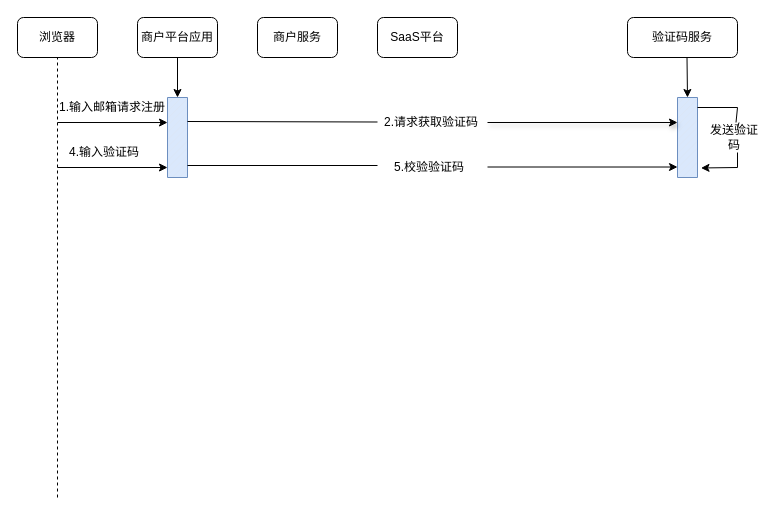
The draw.io diagram 未命名绘图.drawio in Moyzzz/IRP-, before the edit. Source tidied: cells renumbered, new cells numbered last; positions are measured from the earlier drawing's top-left corner, leaving out a move shared by most shapes. Both pictures are drawn from the tidied source at 100%, with x=0, y=0 at pixel (17, 17).
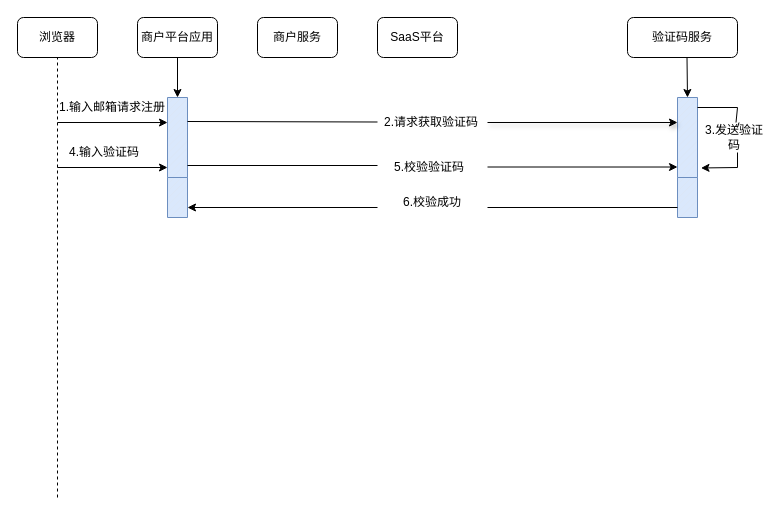
The same diagram, later.

Commit message:
基础注册流程图.drawio

What changed in the source:
```diff
@@
-    <mxCell id="20" value="发送验证码" style="text;html=1;align=center;verticalAlign=middle;whiteSpace=wrap;rounded=0;" parent="1" vertex="1">
+    <mxCell id="20" value="3.发送验证码" style="text;html=1;align=center;verticalAlign=middle;whiteSpace=wrap;rounded=0;" parent="1" vertex="1">
       <mxGeometry x="687" y="105" width="60" height="30" as="geometry" />
     </mxCell>
@@
+    <mxCell id="28" style="verticalLabelPosition=bottom;verticalAlign=top;html=1;shape=mxgraph.basic.patternFillRect;fillStyle=diag;step=5;fillStrokeWidth=0.2;fillStrokeColor=#dddddd;fillColor=#dae8fc;strokeColor=#6c8ebf;" parent="1" vertex="1">
+      <mxGeometry x="660" y="160" width="20" height="40" as="geometry" />
+    </mxCell>
+    <mxCell id="29" style="verticalLabelPosition=bottom;verticalAlign=top;html=1;shape=mxgraph.basic.patternFillRect;fillStyle=diag;step=5;fillStrokeWidth=0.2;fillStrokeColor=#dddddd;fillColor=#dae8fc;strokeColor=#6c8ebf;" parent="1" vertex="1">
+      <mxGeometry x="150" y="160" width="20" height="40" as="geometry" />
+    </mxCell>
+    <mxCell id="30" style="endArrow=classic;html=1;rounded=0;" parent="1" edge="1">
+      <mxGeometry relative="1" as="geometry">
+        <mxPoint x="360" y="190" as="sourcePoint" />
+        <mxPoint x="170" y="190" as="targetPoint" />
+      </mxGeometry>
+    </mxCell>
+    <mxCell id="31" value="6.校验成功" style="text;html=1;align=center;verticalAlign=middle;whiteSpace=wrap;rounded=0;" parent="1" vertex="1">
+      <mxGeometry x="385" y="170" width="60" height="30" as="geometry" />
+    </mxCell>
+    <mxCell id="32" style="endArrow=none;html=1;rounded=0;entryX=0;entryY=0.75;entryDx=0;entryDy=0;entryPerimeter=0;" parent="1" edge="1" target="28">
+      <mxGeometry relative="1" as="geometry">
+        <mxPoint x="470" y="190" as="sourcePoint" />
+      </mxGeometry>
+    </mxCell>
```
